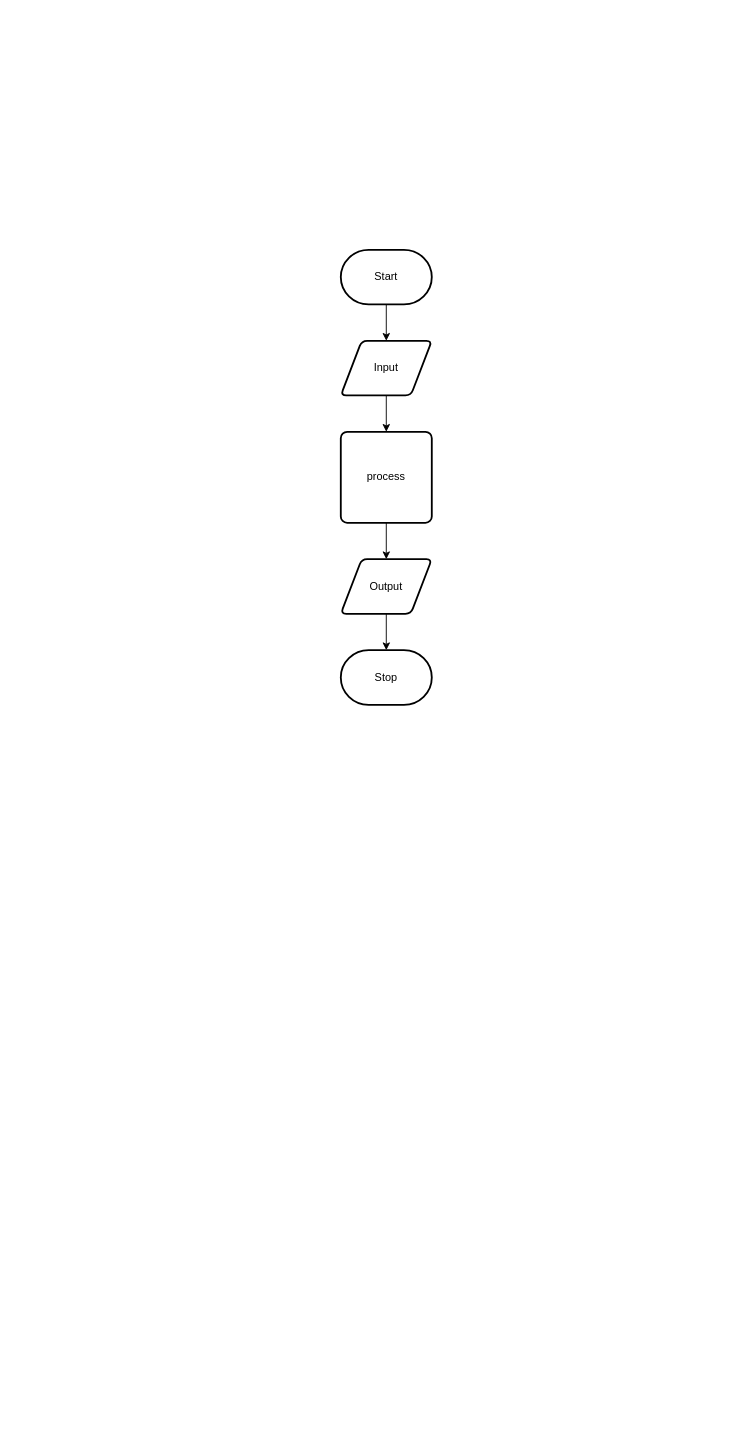
parsa-tahavori/ICS2O-Final-Project-Parsa keeps this draw.io diagram as design/flow-chart.drawio. Above is the earlier version. Source tidied: cells renumbered, new cells numbered last; positions are measured from the earlier drawing's top-left corner, leaving out a move shared by most shapes. Both pictures are drawn from the tidied source at 91%, with x=0, y=0 at pixel (340, 249).
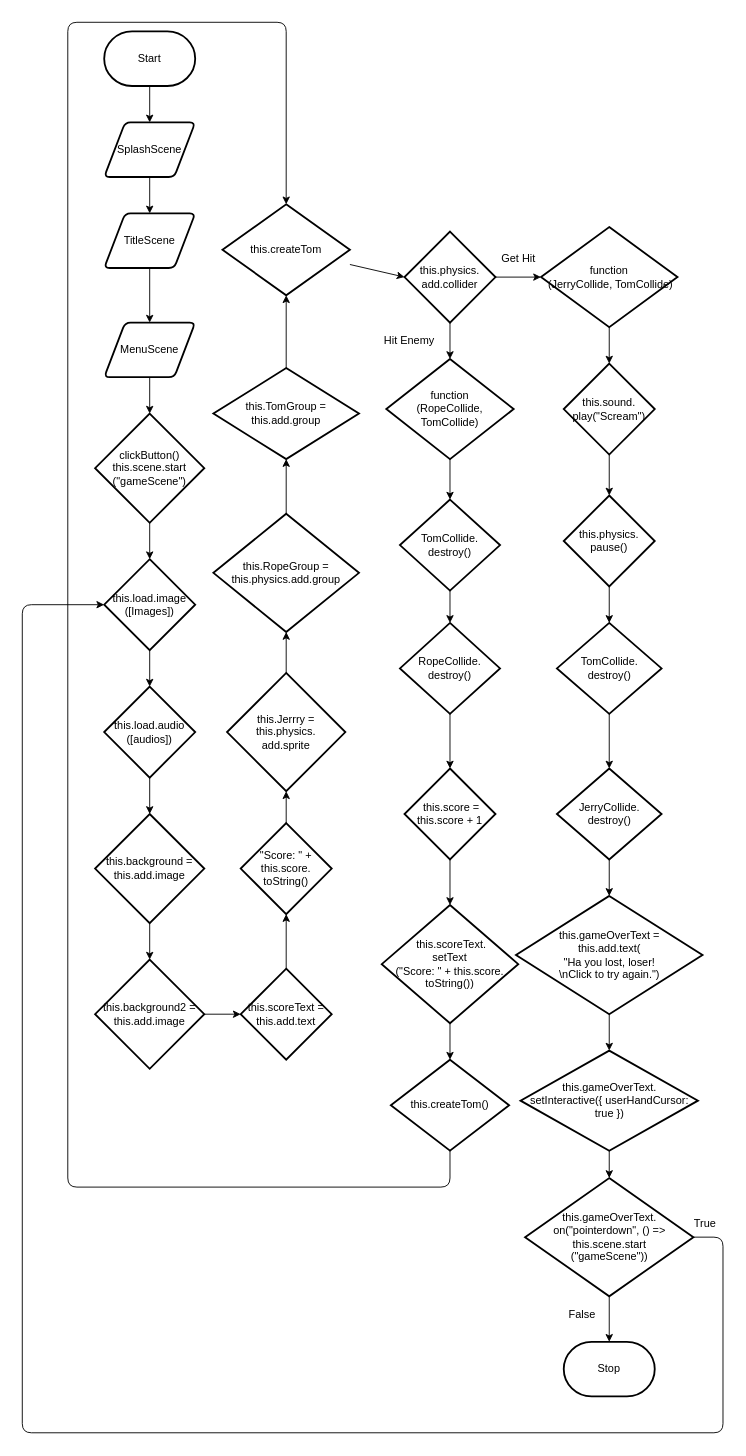
Above is the later version.

Diff of the diagram source:
```diff
@@
-    <mxCell id="2" style="edgeStyle=none;html=1;" parent="1" edge="1" source="3" target="5">
-      <mxGeometry relative="1" as="geometry" />
-    </mxCell>
+    <mxCell id="8" style="edgeStyle=none;html=1;entryX=0.5;entryY=0;entryDx=0;entryDy=0;" parent="1" edge="1" source="3" target="12">
+      <mxGeometry relative="1" as="geometry" />
+    </mxCell>
     <mxCell id="3" value="Start" style="strokeWidth=2;html=1;shape=mxgraph.flowchart.terminator;whiteSpace=wrap;" parent="1" vertex="1">
-      <mxGeometry width="100" height="60" as="geometry" />
+      <mxGeometry x="-260" y="-240" width="100" height="60" as="geometry" />
     </mxCell>
-    <mxCell id="4" style="edgeStyle=none;html=1;" parent="1" edge="1" source="5" target="7">
-      <mxGeometry relative="1" as="geometry" />
-    </mxCell>
-    <mxCell id="5" value="Input" style="shape=parallelogram;html=1;strokeWidth=2;perimeter=parallelogramPerimeter;whiteSpace=wrap;rounded=1;arcSize=12;size=0.23;" parent="1" vertex="1">
-      <mxGeometry y="100" width="100" height="60" as="geometry" />
-    </mxCell>
-    <mxCell id="6" style="edgeStyle=none;html=1;" parent="1" edge="1" source="7" target="9">
-      <mxGeometry relative="1" as="geometry" />
-    </mxCell>
-    <mxCell id="7" value="process" style="rounded=1;whiteSpace=wrap;html=1;absoluteArcSize=1;arcSize=14;strokeWidth=2;" parent="1" vertex="1">
-      <mxGeometry y="200" width="100" height="100" as="geometry" />
-    </mxCell>
-    <mxCell id="8" style="edgeStyle=none;html=1;" parent="1" edge="1" source="9" target="10">
-      <mxGeometry relative="1" as="geometry" />
-    </mxCell>
-    <mxCell id="9" value="Output" style="shape=parallelogram;html=1;strokeWidth=2;perimeter=parallelogramPerimeter;whiteSpace=wrap;rounded=1;arcSize=12;size=0.23;" parent="1" vertex="1">
-      <mxGeometry y="340" width="100" height="60" as="geometry" />
-    </mxCell>
+    <mxCell id="11" style="edgeStyle=none;html=1;exitX=0.5;exitY=1;exitDx=0;exitDy=0;entryX=0.5;entryY=0;entryDx=0;entryDy=0;" parent="1" edge="1" source="12" target="14">
+      <mxGeometry relative="1" as="geometry" />
+    </mxCell>
+    <mxCell id="12" value="SplashScene" style="shape=parallelogram;html=1;strokeWidth=2;perimeter=parallelogramPerimeter;whiteSpace=wrap;rounded=1;arcSize=12;size=0.23;" parent="1" vertex="1">
+      <mxGeometry x="-260" y="-140" width="100" height="60" as="geometry" />
+    </mxCell>
+    <mxCell id="13" style="edgeStyle=none;html=1;exitX=0.5;exitY=1;exitDx=0;exitDy=0;entryX=0.5;entryY=0;entryDx=0;entryDy=0;" parent="1" edge="1" source="14" target="16">
+      <mxGeometry relative="1" as="geometry" />
+    </mxCell>
+    <mxCell id="14" value="TitleScene" style="shape=parallelogram;html=1;strokeWidth=2;perimeter=parallelogramPerimeter;whiteSpace=wrap;rounded=1;arcSize=12;size=0.23;" parent="1" vertex="1">
+      <mxGeometry x="-260" y="-40" width="100" height="60" as="geometry" />
+    </mxCell>
+    <mxCell id="15" style="edgeStyle=none;html=1;exitX=0.5;exitY=1;exitDx=0;exitDy=0;entryX=0.5;entryY=0;entryDx=0;entryDy=0;entryPerimeter=0;" parent="1" edge="1" source="16" target="18">
+      <mxGeometry relative="1" as="geometry" />
+    </mxCell>
+    <mxCell id="16" value="MenuScene" style="shape=parallelogram;html=1;strokeWidth=2;perimeter=parallelogramPerimeter;whiteSpace=wrap;rounded=1;arcSize=12;size=0.23;" parent="1" vertex="1">
+      <mxGeometry x="-260" y="80" width="100" height="60" as="geometry" />
+    </mxCell>
+    <mxCell id="17" style="edgeStyle=none;html=1;exitX=0.5;exitY=1;exitDx=0;exitDy=0;exitPerimeter=0;entryX=0.5;entryY=0;entryDx=0;entryDy=0;entryPerimeter=0;" parent="1" edge="1" source="18" target="20">
+      <mxGeometry relative="1" as="geometry" />
+    </mxCell>
+    <mxCell id="18" value="&lt;div&gt;clickButton() &lt;span&gt;this.scene.start&lt;/span&gt;&lt;/div&gt;&lt;div&gt;&lt;span&gt;(&quot;gameScene&quot;)&lt;/span&gt;&lt;/div&gt;" style="strokeWidth=2;html=1;shape=mxgraph.flowchart.decision;whiteSpace=wrap;" parent="1" vertex="1">
+      <mxGeometry x="-270" y="180" width="120" height="120" as="geometry" />
+    </mxCell>
+    <mxCell id="19" style="edgeStyle=none;html=1;exitX=0.5;exitY=1;exitDx=0;exitDy=0;exitPerimeter=0;entryX=0.5;entryY=0;entryDx=0;entryDy=0;entryPerimeter=0;" parent="1" edge="1" source="20" target="22">
+      <mxGeometry relative="1" as="geometry" />
+    </mxCell>
+    <mxCell id="20" value="this.load.image&lt;br&gt;([Images])" style="strokeWidth=2;html=1;shape=mxgraph.flowchart.decision;whiteSpace=wrap;" parent="1" vertex="1">
+      <mxGeometry x="-260" y="340" width="100" height="100" as="geometry" />
+    </mxCell>
+    <mxCell id="21" style="edgeStyle=none;html=1;exitX=0.5;exitY=1;exitDx=0;exitDy=0;exitPerimeter=0;entryX=0.5;entryY=0;entryDx=0;entryDy=0;entryPerimeter=0;" parent="1" edge="1" source="22" target="24">
+      <mxGeometry relative="1" as="geometry" />
+    </mxCell>
+    <mxCell id="22" value="this.load.audio&lt;br&gt;([audios])" style="strokeWidth=2;html=1;shape=mxgraph.flowchart.decision;whiteSpace=wrap;" parent="1" vertex="1">
+      <mxGeometry x="-260" y="480" width="100" height="100" as="geometry" />
+    </mxCell>
+    <mxCell id="23" style="edgeStyle=none;html=1;exitX=0.5;exitY=1;exitDx=0;exitDy=0;exitPerimeter=0;entryX=0.5;entryY=0;entryDx=0;entryDy=0;entryPerimeter=0;" parent="1" edge="1" source="24" target="26">
+      <mxGeometry relative="1" as="geometry" />
+    </mxCell>
+    <mxCell id="24" value="this.background = this.add.image" style="strokeWidth=2;html=1;shape=mxgraph.flowchart.decision;whiteSpace=wrap;" parent="1" vertex="1">
+      <mxGeometry x="-270" y="620" width="120" height="120" as="geometry" />
+    </mxCell>
+    <mxCell id="25" style="edgeStyle=none;html=1;exitX=1;exitY=0.5;exitDx=0;exitDy=0;exitPerimeter=0;entryX=0;entryY=0.5;entryDx=0;entryDy=0;entryPerimeter=0;" parent="1" edge="1" source="26" target="28">
+      <mxGeometry relative="1" as="geometry" />
+    </mxCell>
+    <mxCell id="26" value="this.background2 = this.add.image" style="strokeWidth=2;html=1;shape=mxgraph.flowchart.decision;whiteSpace=wrap;" parent="1" vertex="1">
+      <mxGeometry x="-270" y="780" width="120" height="120" as="geometry" />
+    </mxCell>
+    <mxCell id="27" style="edgeStyle=none;html=1;entryX=0.5;entryY=1;entryDx=0;entryDy=0;entryPerimeter=0;" parent="1" edge="1" source="28" target="30">
+      <mxGeometry relative="1" as="geometry" />
+    </mxCell>
+    <mxCell id="28" value="this.scoreText = this.add.text" style="strokeWidth=2;html=1;shape=mxgraph.flowchart.decision;whiteSpace=wrap;" parent="1" vertex="1">
+      <mxGeometry x="-110" y="790" width="100" height="100" as="geometry" />
+    </mxCell>
+    <mxCell id="29" style="edgeStyle=none;html=1;exitX=0.5;exitY=0;exitDx=0;exitDy=0;exitPerimeter=0;entryX=0.5;entryY=1;entryDx=0;entryDy=0;entryPerimeter=0;" parent="1" edge="1" source="30" target="32">
+      <mxGeometry relative="1" as="geometry" />
+    </mxCell>
+    <mxCell id="30" value="&quot;Score: &quot; + this.score.&lt;br&gt;toString()" style="strokeWidth=2;html=1;shape=mxgraph.flowchart.decision;whiteSpace=wrap;" parent="1" vertex="1">
+      <mxGeometry x="-110" y="630" width="100" height="100" as="geometry" />
+    </mxCell>
+    <mxCell id="31" style="edgeStyle=none;html=1;exitX=0.5;exitY=0;exitDx=0;exitDy=0;exitPerimeter=0;entryX=0.5;entryY=1;entryDx=0;entryDy=0;entryPerimeter=0;" parent="1" edge="1" source="32" target="34">
+      <mxGeometry relative="1" as="geometry" />
+    </mxCell>
+    <mxCell id="32" value="this.Jerrry = this.physics.&lt;br&gt;add.sprite" style="strokeWidth=2;html=1;shape=mxgraph.flowchart.decision;whiteSpace=wrap;" parent="1" vertex="1">
+      <mxGeometry x="-125" y="465" width="130" height="130" as="geometry" />
+    </mxCell>
+    <mxCell id="33" style="edgeStyle=none;html=1;exitX=0.5;exitY=0;exitDx=0;exitDy=0;exitPerimeter=0;entryX=0.5;entryY=1;entryDx=0;entryDy=0;entryPerimeter=0;" parent="1" edge="1" source="34" target="36">
+      <mxGeometry relative="1" as="geometry" />
+    </mxCell>
+    <mxCell id="34" value="this.RopeGroup = this.physics.add.group" style="strokeWidth=2;html=1;shape=mxgraph.flowchart.decision;whiteSpace=wrap;" parent="1" vertex="1">
+      <mxGeometry x="-140" y="290" width="160" height="130" as="geometry" />
+    </mxCell>
+    <mxCell id="35" style="edgeStyle=none;html=1;exitX=0.5;exitY=0;exitDx=0;exitDy=0;exitPerimeter=0;entryX=0.5;entryY=1;entryDx=0;entryDy=0;entryPerimeter=0;" parent="1" edge="1" source="36" target="38">
+      <mxGeometry relative="1" as="geometry" />
+    </mxCell>
+    <mxCell id="36" value="this.TomGroup = this.add.group" style="strokeWidth=2;html=1;shape=mxgraph.flowchart.decision;whiteSpace=wrap;" parent="1" vertex="1">
+      <mxGeometry x="-140" y="130" width="160" height="100" as="geometry" />
+    </mxCell>
+    <mxCell id="37" style="edgeStyle=none;html=1;entryX=0;entryY=0.5;entryDx=0;entryDy=0;entryPerimeter=0;" parent="1" edge="1" source="38" target="41">
+      <mxGeometry relative="1" as="geometry" />
+    </mxCell>
+    <mxCell id="38" value="this.createTom" style="strokeWidth=2;html=1;shape=mxgraph.flowchart.decision;whiteSpace=wrap;" parent="1" vertex="1">
+      <mxGeometry x="-130" y="-50" width="140" height="100" as="geometry" />
+    </mxCell>
+    <mxCell id="39" style="edgeStyle=none;html=1;entryX=0.5;entryY=0;entryDx=0;entryDy=0;entryPerimeter=0;" parent="1" edge="1" source="41" target="43">
+      <mxGeometry relative="1" as="geometry" />
+    </mxCell>
+    <mxCell id="40" style="edgeStyle=none;html=1;entryX=0;entryY=0.5;entryDx=0;entryDy=0;entryPerimeter=0;" parent="1" edge="1" source="41" target="45">
+      <mxGeometry relative="1" as="geometry" />
+    </mxCell>
+    <mxCell id="41" value="this.physics.&lt;br&gt;add.collider" style="strokeWidth=2;html=1;shape=mxgraph.flowchart.decision;whiteSpace=wrap;" parent="1" vertex="1">
+      <mxGeometry x="70" y="-20" width="100" height="100" as="geometry" />
+    </mxCell>
+    <mxCell id="42" style="edgeStyle=none;html=1;exitX=0.5;exitY=1;exitDx=0;exitDy=0;exitPerimeter=0;entryX=0.5;entryY=0;entryDx=0;entryDy=0;entryPerimeter=0;" parent="1" edge="1" source="43" target="47">
+      <mxGeometry relative="1" as="geometry" />
+    </mxCell>
+    <mxCell id="43" value="function &lt;br&gt;(RopeCollide, TomCollide)" style="strokeWidth=2;html=1;shape=mxgraph.flowchart.decision;whiteSpace=wrap;" parent="1" vertex="1">
+      <mxGeometry x="50" y="120" width="140" height="110" as="geometry" />
+    </mxCell>
+    <mxCell id="44" style="edgeStyle=none;html=1;exitX=0.5;exitY=1;exitDx=0;exitDy=0;exitPerimeter=0;entryX=0.5;entryY=0;entryDx=0;entryDy=0;entryPerimeter=0;" parent="1" edge="1" source="45" target="57">
+      <mxGeometry relative="1" as="geometry" />
+    </mxCell>
+    <mxCell id="45" value="function&lt;br&gt;&amp;nbsp;(JerryCollide, TomCollide)" style="strokeWidth=2;html=1;shape=mxgraph.flowchart.decision;whiteSpace=wrap;" parent="1" vertex="1">
+      <mxGeometry x="220" y="-25" width="150" height="110" as="geometry" />
+    </mxCell>
+    <mxCell id="46" style="edgeStyle=none;html=1;exitX=0.5;exitY=1;exitDx=0;exitDy=0;exitPerimeter=0;entryX=0.5;entryY=0;entryDx=0;entryDy=0;entryPerimeter=0;" parent="1" edge="1" source="47" target="49">
+      <mxGeometry relative="1" as="geometry" />
+    </mxCell>
+    <mxCell id="47" value="TomCollide.&lt;br&gt;destroy()" style="strokeWidth=2;html=1;shape=mxgraph.flowchart.decision;whiteSpace=wrap;" parent="1" vertex="1">
+      <mxGeometry x="65" y="274.5" width="110" height="100" as="geometry" />
+    </mxCell>
+    <mxCell id="48" style="edgeStyle=none;html=1;exitX=0.5;exitY=1;exitDx=0;exitDy=0;exitPerimeter=0;" parent="1" edge="1" source="49" target="51">
+      <mxGeometry relative="1" as="geometry" />
+    </mxCell>
+    <mxCell id="49" value="RopeCollide.&lt;br&gt;destroy()" style="strokeWidth=2;html=1;shape=mxgraph.flowchart.decision;whiteSpace=wrap;" parent="1" vertex="1">
+      <mxGeometry x="65" y="410" width="110" height="100" as="geometry" />
+    </mxCell>
+    <mxCell id="50" style="edgeStyle=none;html=1;exitX=0.5;exitY=1;exitDx=0;exitDy=0;exitPerimeter=0;entryX=0.5;entryY=0;entryDx=0;entryDy=0;entryPerimeter=0;" parent="1" edge="1" source="51" target="53">
+      <mxGeometry relative="1" as="geometry" />
+    </mxCell>
+    <mxCell id="51" value="&amp;nbsp;this.score = this.score + 1" style="strokeWidth=2;html=1;shape=mxgraph.flowchart.decision;whiteSpace=wrap;" parent="1" vertex="1">
+      <mxGeometry x="70" y="570" width="100" height="100" as="geometry" />
+    </mxCell>
+    <mxCell id="52" style="edgeStyle=none;html=1;exitX=0.5;exitY=1;exitDx=0;exitDy=0;exitPerimeter=0;entryX=0.5;entryY=0;entryDx=0;entryDy=0;entryPerimeter=0;" parent="1" edge="1" source="53" target="55">
+      <mxGeometry relative="1" as="geometry" />
+    </mxCell>
+    <mxCell id="53" value="&amp;nbsp;this.scoreText.&lt;br&gt;setText&lt;br&gt;(&quot;Score: &quot; + this.score.&lt;br&gt;toString())" style="strokeWidth=2;html=1;shape=mxgraph.flowchart.decision;whiteSpace=wrap;" parent="1" vertex="1">
+      <mxGeometry x="45" y="720" width="150" height="130" as="geometry" />
+    </mxCell>
+    <mxCell id="54" style="edgeStyle=none;html=1;exitX=0.5;exitY=1;exitDx=0;exitDy=0;exitPerimeter=0;entryX=0.5;entryY=0;entryDx=0;entryDy=0;entryPerimeter=0;" parent="1" edge="1" source="55" target="38">
+      <mxGeometry relative="1" as="geometry">
+        <Array as="points">
+          <mxPoint x="120" y="1030" />
+          <mxPoint x="-300" y="1030" />
+          <mxPoint x="-300" y="-250" />
+          <mxPoint x="-60" y="-250" />
+        </Array>
+      </mxGeometry>
+    </mxCell>
+    <mxCell id="55" value="this.createTom()" style="strokeWidth=2;html=1;shape=mxgraph.flowchart.decision;whiteSpace=wrap;" parent="1" vertex="1">
+      <mxGeometry x="55" y="890" width="130" height="100" as="geometry" />
+    </mxCell>
+    <mxCell id="56" style="edgeStyle=none;html=1;exitX=0.5;exitY=1;exitDx=0;exitDy=0;exitPerimeter=0;entryX=0.5;entryY=0;entryDx=0;entryDy=0;entryPerimeter=0;" parent="1" edge="1" source="57" target="59">
+      <mxGeometry relative="1" as="geometry" />
+    </mxCell>
+    <mxCell id="57" value="this.sound.&lt;br&gt;play(&quot;Scream&quot;)" style="strokeWidth=2;html=1;shape=mxgraph.flowchart.decision;whiteSpace=wrap;" parent="1" vertex="1">
+      <mxGeometry x="245" y="125" width="100" height="100" as="geometry" />
+    </mxCell>
+    <mxCell id="58" style="edgeStyle=none;html=1;exitX=0.5;exitY=1;exitDx=0;exitDy=0;exitPerimeter=0;entryX=0.5;entryY=0;entryDx=0;entryDy=0;entryPerimeter=0;" parent="1" edge="1" source="59" target="61">
+      <mxGeometry relative="1" as="geometry" />
+    </mxCell>
+    <mxCell id="59" value="this.physics.&lt;br&gt;pause()" style="strokeWidth=2;html=1;shape=mxgraph.flowchart.decision;whiteSpace=wrap;" parent="1" vertex="1">
+      <mxGeometry x="245" y="270" width="100" height="100" as="geometry" />
+    </mxCell>
+    <mxCell id="60" style="edgeStyle=none;html=1;exitX=0.5;exitY=1;exitDx=0;exitDy=0;exitPerimeter=0;entryX=0.5;entryY=0;entryDx=0;entryDy=0;entryPerimeter=0;" parent="1" edge="1" source="61" target="63">
+      <mxGeometry relative="1" as="geometry" />
+    </mxCell>
+    <mxCell id="61" value="TomCollide.&lt;br&gt;destroy()" style="strokeWidth=2;html=1;shape=mxgraph.flowchart.decision;whiteSpace=wrap;" parent="1" vertex="1">
+      <mxGeometry x="237.5" y="410" width="115" height="100" as="geometry" />
+    </mxCell>
+    <mxCell id="62" style="edgeStyle=none;html=1;exitX=0.5;exitY=1;exitDx=0;exitDy=0;exitPerimeter=0;entryX=0.5;entryY=0;entryDx=0;entryDy=0;entryPerimeter=0;" parent="1" edge="1" source="63" target="65">
+      <mxGeometry relative="1" as="geometry" />
+    </mxCell>
+    <mxCell id="63" value="JerryCollide.&lt;br&gt;destroy()" style="strokeWidth=2;html=1;shape=mxgraph.flowchart.decision;whiteSpace=wrap;" parent="1" vertex="1">
+      <mxGeometry x="237.5" y="570" width="115" height="100" as="geometry" />
+    </mxCell>
+    <mxCell id="64" style="edgeStyle=none;html=1;exitX=0.5;exitY=1;exitDx=0;exitDy=0;exitPerimeter=0;entryX=0.5;entryY=0;entryDx=0;entryDy=0;entryPerimeter=0;" parent="1" edge="1" source="65" target="67">
+      <mxGeometry relative="1" as="geometry" />
+    </mxCell>
+    <mxCell id="65" value="&lt;div&gt;this.gameOverText =&lt;/div&gt;&lt;div&gt;this.add&lt;span&gt;.text(&lt;/span&gt;&lt;/div&gt;&quot;Ha you lost, loser!&lt;br&gt;\nClick to try again.&quot;)" style="strokeWidth=2;html=1;shape=mxgraph.flowchart.decision;whiteSpace=wrap;" parent="1" vertex="1">
+      <mxGeometry x="192.5" y="710" width="205" height="130" as="geometry" />
+    </mxCell>
+    <mxCell id="66" style="edgeStyle=none;html=1;exitX=0.5;exitY=1;exitDx=0;exitDy=0;exitPerimeter=0;entryX=0.5;entryY=0;entryDx=0;entryDy=0;entryPerimeter=0;" parent="1" edge="1" source="67" target="70">
+      <mxGeometry relative="1" as="geometry" />
+    </mxCell>
+    <mxCell id="67" value="this.gameOverText.&lt;br&gt;setInteractive({ userHandCursor: true })" style="strokeWidth=2;html=1;shape=mxgraph.flowchart.decision;whiteSpace=wrap;" parent="1" vertex="1">
+      <mxGeometry x="197.5" y="880" width="195" height="110" as="geometry" />
+    </mxCell>
+    <mxCell id="68" style="edgeStyle=none;html=1;exitX=0.5;exitY=1;exitDx=0;exitDy=0;exitPerimeter=0;entryX=0.5;entryY=0;entryDx=0;entryDy=0;entryPerimeter=0;" parent="1" edge="1" source="70" target="10">
+      <mxGeometry relative="1" as="geometry" />
+    </mxCell>
+    <mxCell id="69" style="edgeStyle=none;html=1;exitX=1;exitY=0.5;exitDx=0;exitDy=0;exitPerimeter=0;entryX=0;entryY=0.5;entryDx=0;entryDy=0;entryPerimeter=0;" parent="1" edge="1" source="70" target="20">
+      <mxGeometry relative="1" as="geometry">
+        <Array as="points">
+          <mxPoint x="420" y="1085" />
+          <mxPoint x="420" y="1300" />
+          <mxPoint x="-350" y="1300" />
+          <mxPoint x="-350" y="390" />
+        </Array>
+      </mxGeometry>
+    </mxCell>
+    <mxCell id="70" value="this.gameOverText.&lt;br&gt;on(&quot;pointerdown&quot;, () =&amp;gt; this.scene.start&lt;br&gt;(&quot;gameScene&quot;))" style="strokeWidth=2;html=1;shape=mxgraph.flowchart.decision;whiteSpace=wrap;" parent="1" vertex="1">
+      <mxGeometry x="202.5" y="1020" width="185" height="130" as="geometry" />
+    </mxCell>
     <mxCell id="10" value="Stop" style="strokeWidth=2;html=1;shape=mxgraph.flowchart.terminator;whiteSpace=wrap;" parent="1" vertex="1">
-      <mxGeometry y="440" width="100" height="60" as="geometry" />
+      <mxGeometry x="245" y="1200" width="100" height="60" as="geometry" />
     </mxCell>
+    <mxCell id="71" value="Get Hit" style="text;html=1;align=center;verticalAlign=middle;strokeColor=none;fillColor=none;" parent="1" vertex="1">
+      <mxGeometry x="170" width="50" height="20" as="geometry" />
+    </mxCell>
+    <mxCell id="72" value="Hit Enemy" style="text;html=1;align=center;verticalAlign=middle;strokeColor=none;fillColor=none;" parent="1" vertex="1">
+      <mxGeometry x="40" y="90" width="70" height="20" as="geometry" />
+    </mxCell>
+    <mxCell id="73" value="False" style="text;html=1;align=center;verticalAlign=middle;strokeColor=none;fillColor=none;" parent="1" vertex="1">
+      <mxGeometry x="245" y="1160" width="40" height="20" as="geometry" />
+    </mxCell>
+    <mxCell id="74" value="True" style="text;html=1;align=center;verticalAlign=middle;strokeColor=none;fillColor=none;" parent="1" vertex="1">
+      <mxGeometry x="380" y="1060" width="40" height="20" as="geometry" />
+    </mxCell>
```
